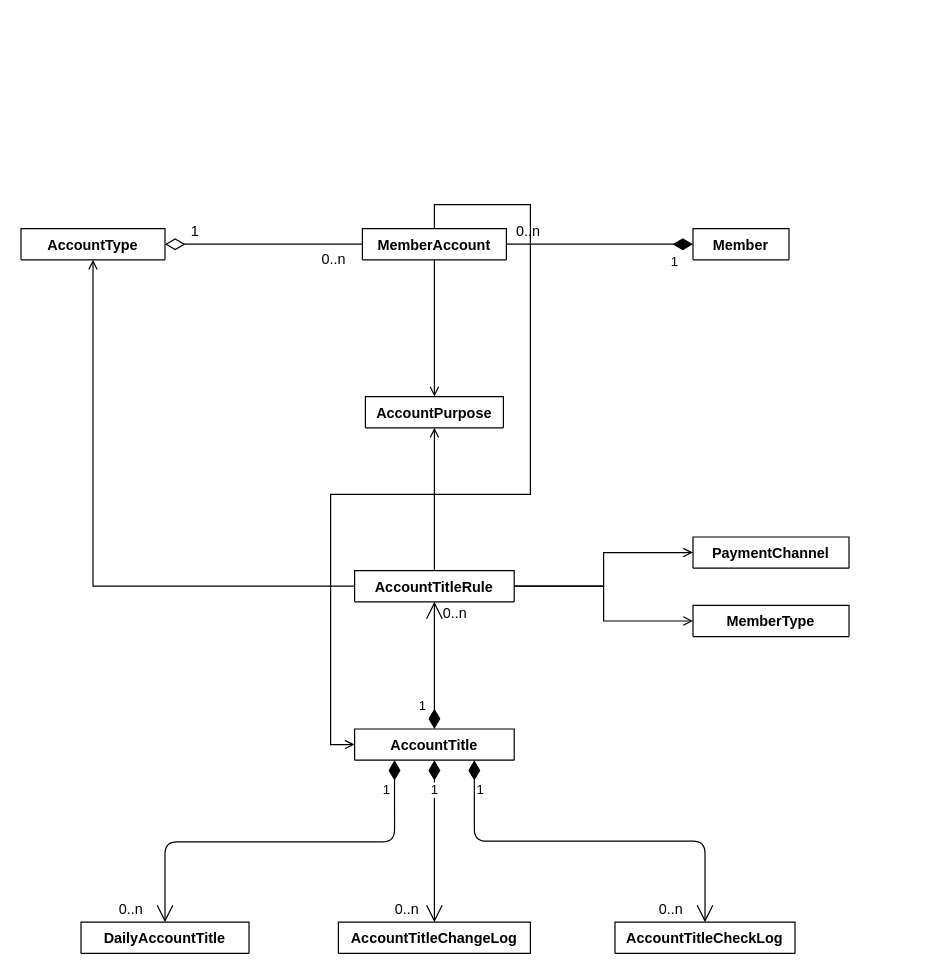
Earlier version of the draw.io diagram xc-account/design/account/accountTitleClassUML.drawio (waterStone528/job). Source tidied: cells renumbered, new cells numbered last; positions are measured from the earlier drawing's top-left corner, leaving out a move shared by most shapes. Both pictures are drawn from the tidied source at 120%, with x=0, y=0 at pixel (20, 220).
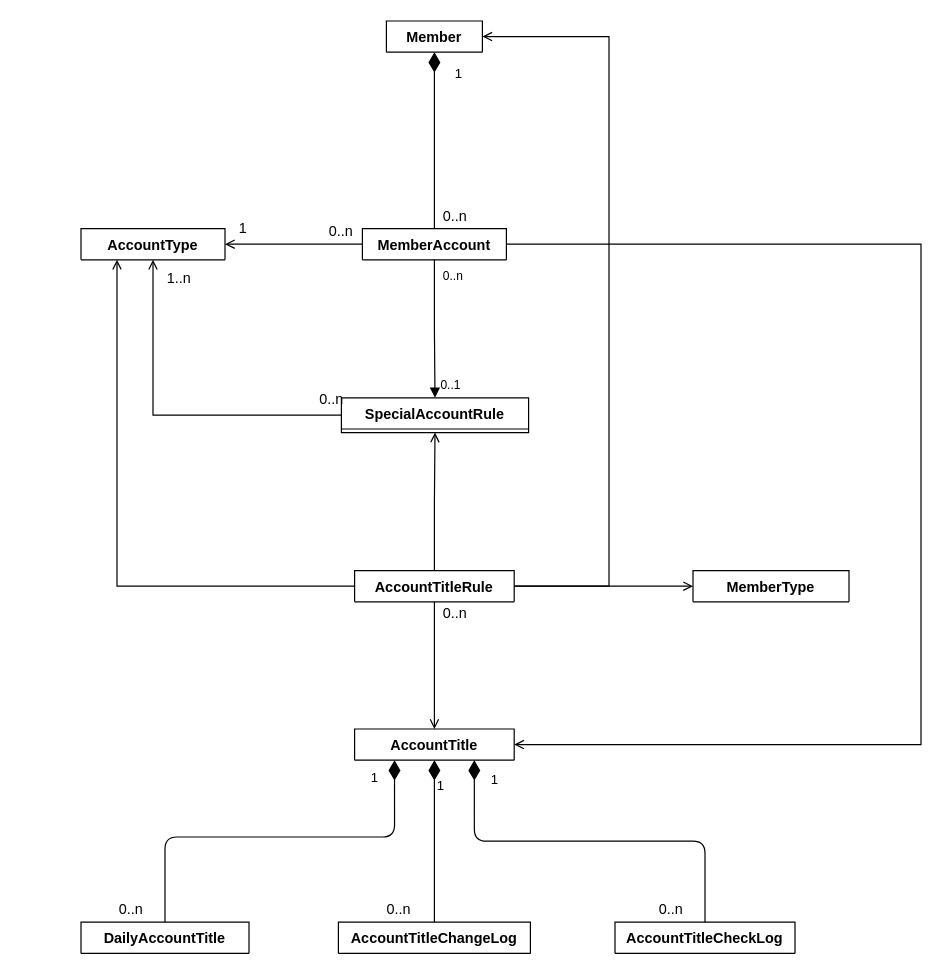
Above is the later version.

The change refers to these unchanged cells:
```xml
<mxCell id="2" value="AccountTitle&#10;&#10;" style="swimlane;fontStyle=1;align=center;verticalAlign=top;horizontal=1;startSize=26;" parent="1" vertex="1" collapsed="1">
  <mxGeometry x="278" y="424" width="133" height="26" as="geometry" />
</mxCell>
<mxCell id="6" value="DailyAccountTitle&#10;&#10;" style="swimlane;fontStyle=1;align=center;verticalAlign=top;horizontal=1;startSize=26;" parent="1" vertex="1" collapsed="1">
  <mxGeometry x="50" y="585" width="140" height="26" as="geometry" />
</mxCell>
<mxCell id="7" value="AccountTitleChangeLog&#10;&#10;" style="swimlane;fontStyle=1;align=center;verticalAlign=top;horizontal=1;startSize=26;" parent="1" vertex="1" collapsed="1">
  <mxGeometry x="264.5" y="585" width="160" height="26" as="geometry" />
</mxCell>
<mxCell id="8" value="AccountTitleCheckLog&#10;&#10;" style="swimlane;fontStyle=1;align=center;verticalAlign=top;horizontal=1;startSize=26;" parent="1" vertex="1" collapsed="1">
  <mxGeometry x="495" y="585" width="150" height="26" as="geometry" />
</mxCell>
<mxCell id="15" value="MemberAccount" style="swimlane;fontStyle=1;align=center;verticalAlign=top;horizontal=1;startSize=26;" parent="1" vertex="1" collapsed="1">
  <mxGeometry x="284.5" y="7" width="120" height="26" as="geometry" />
</mxCell>
<mxCell id="21" value="AccountTitleRule" style="swimlane;fontStyle=1;align=center;verticalAlign=top;horizontal=1;startSize=26;" parent="1" vertex="1" collapsed="1">
  <mxGeometry x="278" y="292" width="133" height="26" as="geometry" />
</mxCell>
```

Change to the diagram source:
```diff
@@
     <mxCell id="3" style="edgeStyle=orthogonalEdgeStyle;rounded=0;jettySize=auto;html=1;entryX=0;entryY=0.5;entryDx=0;entryDy=0;endArrow=open;endFill=0;exitX=1;exitY=0.5;exitDx=0;exitDy=0;" parent="1" edge="1" source="21" target="20">
-      <mxGeometry relative="1" as="geometry" />
+      <mxGeometry relative="1" as="geometry">
+        <Array as="points">
+          <mxPoint x="530" y="305" />
+          <mxPoint x="530" y="305" />
+        </Array>
+      </mxGeometry>
     </mxCell>
-    <mxCell id="4" style="edgeStyle=orthogonalEdgeStyle;rounded=0;jettySize=auto;html=1;entryX=0.5;entryY=1;entryDx=0;entryDy=0;startArrow=none;startFill=0;endArrow=open;endFill=0;exitX=0;exitY=0.5;exitDx=0;exitDy=0;" parent="1" edge="1" source="21" target="16">
-      <mxGeometry relative="1" as="geometry">
-        <Array as="points">
-          <mxPoint x="60" y="305" />
-        </Array>
-      </mxGeometry>
-    </mxCell>
-    <mxCell id="5" value="AccountPurpose&#10;" style="swimlane;fontStyle=1;align=center;verticalAlign=top;horizontal=1;startSize=26;" parent="1" vertex="1" collapsed="1">
-      <mxGeometry x="287" y="147" width="115" height="26" as="geometry" />
+    <mxCell id="5" value="SpecialAccountRule&#10;" style="swimlane;fontStyle=1;align=center;verticalAlign=top;horizontal=1;startSize=26;" parent="1" vertex="1" collapsed="1">
+      <mxGeometry x="267" y="148" width="156" height="29" as="geometry" />
     </mxCell>
@@
-    <mxCell id="9" value="1" style="endArrow=open;html=1;endSize=12;startArrow=diamondThin;startSize=14;startFill=1;edgeStyle=orthogonalEdgeStyle;align=left;verticalAlign=bottom;exitX=0.25;exitY=1;exitDx=0;exitDy=0;entryX=0.5;entryY=0;entryDx=0;entryDy=0;" parent="1" edge="1" source="2" target="6">
-      <mxGeometry x="-0.79" y="-11" relative="1" as="geometry">
-        <Array as="points">
-          <mxPoint x="311" y="518" />
-          <mxPoint x="120" y="518" />
-        </Array>
-      </mxGeometry>
-    </mxCell>
-    <mxCell id="10" value="1" style="endArrow=open;html=1;endSize=12;startArrow=diamondThin;startSize=14;startFill=1;edgeStyle=orthogonalEdgeStyle;align=left;verticalAlign=bottom;entryX=0.5;entryY=0;entryDx=0;entryDy=0;exitX=0.5;exitY=1;exitDx=0;exitDy=0;" parent="1" edge="1" source="2" target="7">
-      <mxGeometry x="-0.5" y="-5" relative="1" as="geometry" />
-    </mxCell>
-    <mxCell id="11" value="1" style="endArrow=open;html=1;endSize=12;startArrow=diamondThin;startSize=14;startFill=1;edgeStyle=orthogonalEdgeStyle;align=left;verticalAlign=bottom;exitX=0.75;exitY=1;exitDx=0;exitDy=0;" parent="1" edge="1" source="2" target="8">
-      <mxGeometry x="-0.79" relative="1" as="geometry" />
-    </mxCell>
@@
     <mxCell id="13" value="0..n" style="text;html=1;align=left;verticalAlign=top;spacingTop=-4;" parent="1" vertex="1">
-      <mxGeometry x="310" y="565" width="40" height="20" as="geometry" />
+      <mxGeometry x="303" y="565" width="40" height="20" as="geometry" />
     </mxCell>
@@
+    <mxCell id="32" style="edgeStyle=orthogonalEdgeStyle;rounded=0;jettySize=auto;html=1;startArrow=none;startFill=0;endArrow=open;endFill=0;" parent="1" edge="1" source="15" target="16">
+      <mxGeometry relative="1" as="geometry" />
+    </mxCell>
+    <mxCell id="30" style="edgeStyle=orthogonalEdgeStyle;rounded=0;jettySize=auto;html=1;entryX=1;entryY=0.5;entryDx=0;entryDy=0;startArrow=none;startFill=0;endArrow=open;endFill=0;" parent="1" edge="1" source="15" target="2">
+      <mxGeometry relative="1" as="geometry">
+        <Array as="points">
+          <mxPoint x="750" y="20" />
+          <mxPoint x="750" y="437" />
+        </Array>
+      </mxGeometry>
+    </mxCell>
@@
     <mxCell id="16" value="AccountType" style="swimlane;fontStyle=1;align=center;verticalAlign=top;horizontal=1;startSize=26;" parent="1" vertex="1" collapsed="1">
-      <mxGeometry y="7" width="120" height="26" as="geometry" />
+      <mxGeometry x="50" y="7" width="120" height="26" as="geometry" />
     </mxCell>
     <mxCell id="17" value="Member" style="swimlane;fontStyle=1;align=center;verticalAlign=top;horizontal=1;startSize=26;" parent="1" vertex="1" collapsed="1">
-      <mxGeometry x="560" y="7" width="80" height="26" as="geometry" />
+      <mxGeometry x="304.5" y="-166" width="80" height="26" as="geometry" />
     </mxCell>
-    <mxCell id="18" value="1" style="endArrow=none;html=1;endSize=12;startArrow=diamondThin;startSize=14;startFill=1;edgeStyle=orthogonalEdgeStyle;align=left;verticalAlign=bottom;exitX=0;exitY=0.5;exitDx=0;exitDy=0;entryX=1;entryY=0.5;entryDx=0;entryDy=0;endFill=0;" parent="1" edge="1" source="17" target="15">
-      <mxGeometry x="-0.74" y="24" relative="1" as="geometry" />
+    <mxCell id="18" value="1" style="endArrow=none;html=1;endSize=12;startArrow=diamondThin;startSize=14;startFill=1;edgeStyle=orthogonalEdgeStyle;align=left;verticalAlign=bottom;exitX=0.5;exitY=1;exitDx=0;exitDy=0;entryX=0.5;entryY=0;entryDx=0;entryDy=0;endFill=0;" parent="1" edge="1" source="17" target="15">
+      <mxGeometry x="-0.63" y="15" relative="1" as="geometry">
+        <Array as="points">
+          <mxPoint x="345" y="-140" />
+          <mxPoint x="345" y="-140" />
+        </Array>
+      </mxGeometry>
     </mxCell>
-    <mxCell id="19" style="endArrow=none;html=1;endSize=12;startArrow=diamondThin;startSize=14;startFill=0;edgeStyle=orthogonalEdgeStyle;align=left;verticalAlign=bottom;exitX=1;exitY=0.5;exitDx=0;exitDy=0;entryX=0;entryY=0.5;entryDx=0;entryDy=0;endFill=0;" parent="1" edge="1" source="16" target="15">
-      <mxGeometry y="28" relative="1" as="geometry" />
-    </mxCell>
     <mxCell id="20" value="MemberType" style="swimlane;fontStyle=1;align=center;verticalAlign=top;horizontal=1;startSize=26;" parent="1" vertex="1" collapsed="1">
-      <mxGeometry x="560" y="321" width="130" height="26" as="geometry" />
+      <mxGeometry x="560" y="292" width="130" height="26" as="geometry" />
     </mxCell>
+    <mxCell id="33" style="edgeStyle=orthogonalEdgeStyle;rounded=0;jettySize=auto;html=1;entryX=0.5;entryY=0;entryDx=0;entryDy=0;startArrow=none;startFill=0;endArrow=open;endFill=0;" parent="1" edge="1" source="21" target="2">
+      <mxGeometry relative="1" as="geometry" />
+    </mxCell>
@@
-    <mxCell id="23" value="PaymentChannel&#10;" style="swimlane;fontStyle=1;align=center;verticalAlign=top;horizontal=1;startSize=26;" parent="1" vertex="1" collapsed="1">
-      <mxGeometry x="560" y="264" width="130" height="26" as="geometry" />
-    </mxCell>
-    <mxCell id="24" style="edgeStyle=orthogonalEdgeStyle;rounded=0;jettySize=auto;html=1;entryX=0;entryY=0.5;entryDx=0;entryDy=0;endArrow=open;endFill=0;exitX=1;exitY=0.5;exitDx=0;exitDy=0;" parent="1" edge="1" source="21" target="23">
-      <mxGeometry relative="1" as="geometry" />
+    <mxCell id="24" style="edgeStyle=orthogonalEdgeStyle;rounded=0;jettySize=auto;html=1;entryX=1;entryY=0.5;entryDx=0;entryDy=0;endArrow=open;endFill=0;exitX=1;exitY=0.5;exitDx=0;exitDy=0;" parent="1" edge="1" source="21" target="17">
+      <mxGeometry relative="1" as="geometry">
+        <Array as="points">
+          <mxPoint x="490" y="305" />
+          <mxPoint x="490" y="-153" />
+        </Array>
+      </mxGeometry>
     </mxCell>
     <mxCell id="25" value="0..n" style="text;html=1;align=left;verticalAlign=top;spacingTop=-4;" parent="1" vertex="1">
-      <mxGeometry x="411" width="40" height="20" as="geometry" />
+      <mxGeometry x="350" y="-13" width="40" height="20" as="geometry" />
     </mxCell>
+    <mxCell id="29" value="0..n" style="text;html=1;align=left;verticalAlign=top;spacingTop=-4;" parent="1" vertex="1">
+      <mxGeometry x="350" y="318" width="40" height="20" as="geometry" />
+    </mxCell>
+    <mxCell id="34" style="edgeStyle=orthogonalEdgeStyle;rounded=0;jettySize=auto;html=1;entryX=0.5;entryY=1;entryDx=0;entryDy=0;endArrow=open;endFill=0;exitX=0;exitY=0.5;exitDx=0;exitDy=0;" parent="1" edge="1" source="5" target="16">
+      <mxGeometry relative="1" as="geometry" />
+    </mxCell>
+    <mxCell id="28" style="endArrow=block;endFill=1;html=1;edgeStyle=orthogonalEdgeStyle;align=left;verticalAlign=top;exitX=0.5;exitY=1;exitDx=0;exitDy=0;entryX=0.5;entryY=0;entryDx=0;entryDy=0;" parent="1" edge="1" source="15" target="5">
+      <mxGeometry x="-0.81" y="15" relative="1" as="geometry" />
+    </mxCell>
+    <mxCell id="35" value="0..n" style="html=1;align=left;verticalAlign=bottom;labelBackgroundColor=#ffffff;fontSize=10;" parent="28" vertex="1">
+      <mxGeometry x="-1" relative="1" as="geometry">
+        <mxPoint x="5" y="21" as="offset" />
+      </mxGeometry>
+    </mxCell>
+    <mxCell id="36" value="0..1" style="html=1;align=left;verticalAlign=bottom;labelBackgroundColor=#ffffff;fontSize=10;" parent="1" vertex="1">
+      <mxGeometry x="343" y="124" as="geometry">
+        <mxPoint x="5" y="21" as="offset" />
+      </mxGeometry>
+    </mxCell>
+    <mxCell id="9" value="1" style="endArrow=none;html=1;endSize=12;startArrow=diamondThin;startSize=14;startFill=1;edgeStyle=orthogonalEdgeStyle;align=left;verticalAlign=bottom;exitX=0.25;exitY=1;exitDx=0;exitDy=0;entryX=0.5;entryY=0;entryDx=0;entryDy=0;endFill=0;" parent="1" edge="1" source="2" target="6">
+      <mxGeometry x="-0.48" y="-40" relative="1" as="geometry">
+        <Array as="points">
+          <mxPoint x="311" y="514" />
+          <mxPoint x="120" y="514" />
+        </Array>
+      </mxGeometry>
+    </mxCell>
+    <mxCell id="10" value="1" style="endArrow=none;html=1;endSize=12;startArrow=diamondThin;startSize=14;startFill=1;edgeStyle=orthogonalEdgeStyle;align=left;verticalAlign=bottom;exitX=0.5;exitY=1;exitDx=0;exitDy=0;endFill=0;" parent="1" edge="1" source="2" target="7">
+      <mxGeometry x="0.06" y="-42" relative="1" as="geometry">
+        <mxPoint x="42" y="-42" as="offset" />
+      </mxGeometry>
+    </mxCell>
+    <mxCell id="11" value="1" style="endArrow=none;html=1;endSize=12;startArrow=diamondThin;startSize=14;startFill=1;edgeStyle=orthogonalEdgeStyle;align=left;verticalAlign=bottom;exitX=0.75;exitY=1;exitDx=0;exitDy=0;endFill=0;entryX=0.5;entryY=0;entryDx=0;entryDy=0;" parent="1" edge="1" source="2" target="8">
+      <mxGeometry x="-0.85" y="12" relative="1" as="geometry" />
+    </mxCell>
     <mxCell id="26" value="1" style="text;html=1;align=left;verticalAlign=top;spacingTop=-4;" parent="1" vertex="1">
-      <mxGeometry x="140" width="20" height="20" as="geometry" />
+      <mxGeometry x="180" y="-3" width="20" height="20" as="geometry" />
     </mxCell>
-    <mxCell id="27" value="0..n" style="text;html=1;align=left;verticalAlign=top;spacingTop=-4;" parent="1" vertex="1">
-      <mxGeometry x="249" y="23" width="40" height="20" as="geometry" />
-    </mxCell>
-    <mxCell id="28" style="edgeStyle=orthogonalEdgeStyle;rounded=0;jettySize=auto;html=1;entryX=0.5;entryY=0;entryDx=0;entryDy=0;endArrow=open;endFill=0;exitX=0.5;exitY=1;exitDx=0;exitDy=0;" parent="1" edge="1" source="15" target="5">
-      <mxGeometry relative="1" as="geometry" />
-    </mxCell>
-    <mxCell id="29" value="0..n" style="text;html=1;align=left;verticalAlign=top;spacingTop=-4;" parent="1" vertex="1">
-      <mxGeometry x="350" y="318" width="40" height="20" as="geometry" />
-    </mxCell>
-    <mxCell id="30" style="edgeStyle=orthogonalEdgeStyle;rounded=0;jettySize=auto;html=1;entryX=0;entryY=0.5;entryDx=0;entryDy=0;endArrow=open;endFill=0;exitX=0.5;exitY=0;exitDx=0;exitDy=0;" parent="1" edge="1" source="15" target="2">
-      <mxGeometry relative="1" as="geometry" />
-    </mxCell>
-    <mxCell id="31" value="1" style="endArrow=open;html=1;endSize=12;startArrow=diamondThin;startSize=14;startFill=1;edgeStyle=orthogonalEdgeStyle;align=left;verticalAlign=bottom;exitX=0.5;exitY=0;exitDx=0;exitDy=0;entryX=0.5;entryY=1;entryDx=0;entryDy=0;" parent="1" edge="1" source="2" target="21">
-      <mxGeometry x="-0.81" y="15" relative="1" as="geometry" />
-    </mxCell>
+    <mxCell id="37" value="0..n" style="text;html=1;align=left;verticalAlign=top;spacingTop=-4;" parent="1" vertex="1">
+      <mxGeometry x="255" width="40" height="20" as="geometry" />
+    </mxCell>
+    <mxCell id="38" value="1..n" style="text;html=1;align=left;verticalAlign=top;spacingTop=-4;" parent="1" vertex="1">
+      <mxGeometry x="120" y="39" width="40" height="20" as="geometry" />
+    </mxCell>
+    <mxCell id="39" value="0..n" style="text;html=1;align=left;verticalAlign=top;spacingTop=-4;" parent="1" vertex="1">
+      <mxGeometry x="247" y="140" width="40" height="20" as="geometry" />
+    </mxCell>
+    <mxCell id="4" style="edgeStyle=orthogonalEdgeStyle;rounded=0;jettySize=auto;html=1;endArrow=open;endFill=0;exitX=0;exitY=0.5;exitDx=0;exitDy=0;entryX=0.25;entryY=1;entryDx=0;entryDy=0;" parent="1" edge="1" source="21" target="16">
+      <mxGeometry relative="1" as="geometry" />
+    </mxCell>
```
